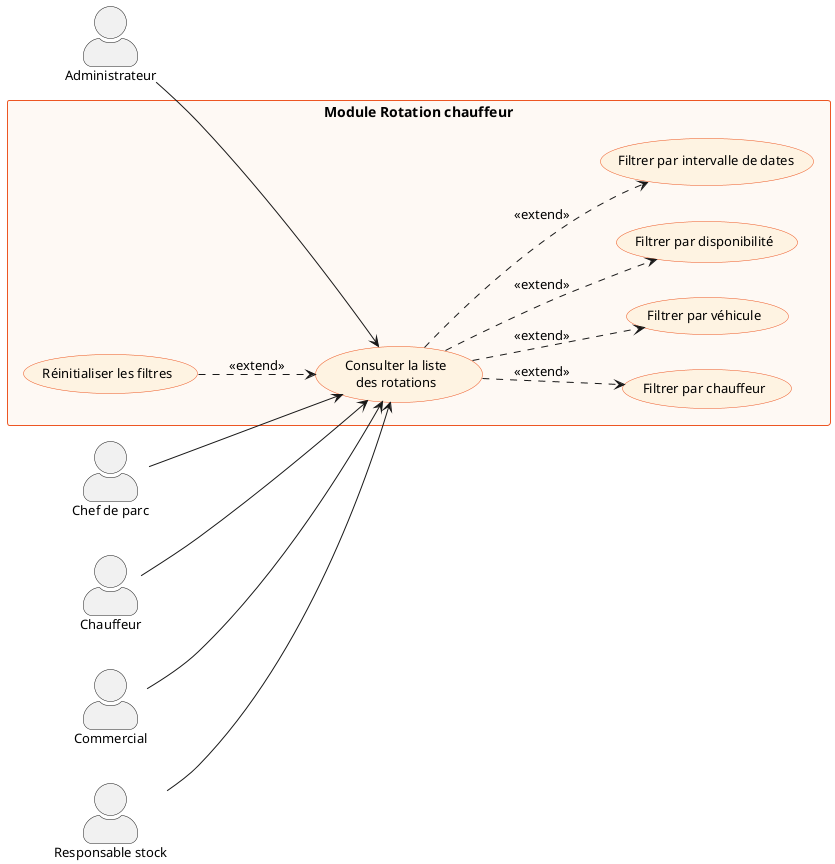
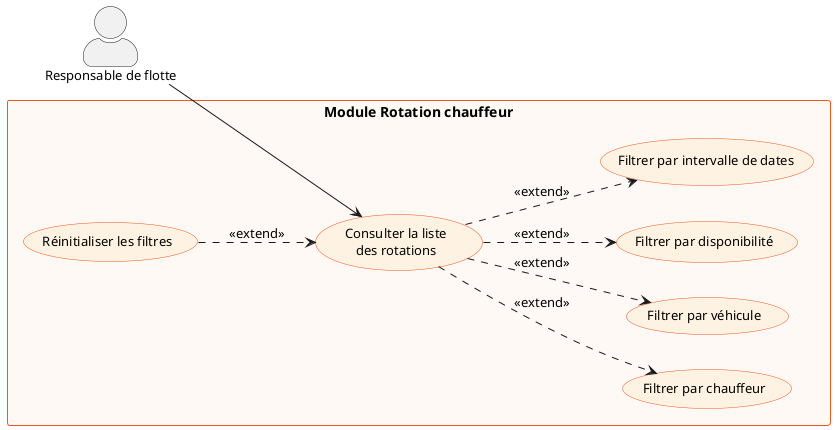
@startuml rotation-chauffeur-use-case
left to right direction
skinparam packageStyle rectangle
skinparam actorStyle awesome
skinparam usecaseBackgroundColor #FEF3E2
skinparam usecaseBorderColor #ED5623
skinparam usecaseFontSize 13
skinparam actorFontSize 13
skinparam packageBorderColor #ED5623
skinparam packageFontSize 14

- actor "Administrateur" as Admin
- actor "Chef de parc" as Parc
- actor "Chauffeur" as Chauffeur
- actor "Commercial" as Commercial
- actor "Responsable stock" as RStock
+ actor "Responsable de flotte" as RFlotte

rectangle "Module Rotation chauffeur" #FEF9F4 {
  usecase "Consulter la liste\ndes rotations" as UC1

  usecase "Filtrer par chauffeur" as UC2
  usecase "Filtrer par véhicule" as UC3
  usecase "Filtrer par disponibilité" as UC4
  usecase "Filtrer par intervalle de dates" as UC5
  usecase "Réinitialiser les filtres" as UC6
}

- Admin --> UC1
- Parc --> UC1
- Chauffeur --> UC1
- Commercial --> UC1
- RStock --> UC1
+ RFlotte --> UC1

UC1 ..> UC2 : <<extend>>
UC1 ..> UC3 : <<extend>>
UC1 ..> UC4 : <<extend>>
UC1 ..> UC5 : <<extend>>
UC6 ..> UC1 : <<extend>>

@enduml